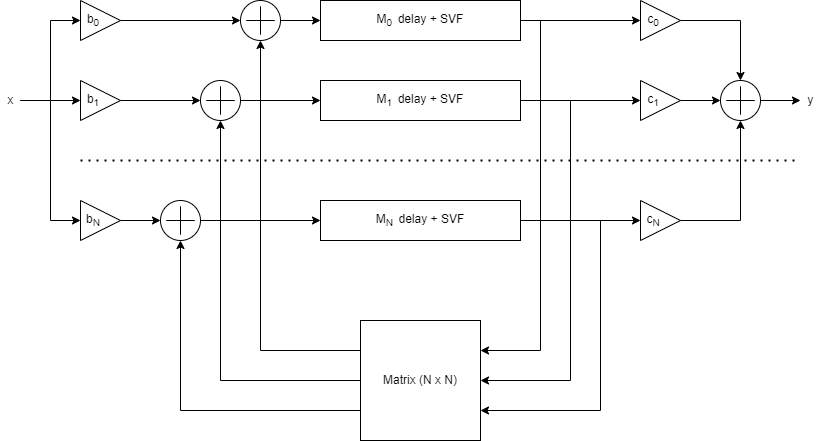
VoggLyster/Reverberator keeps this draw.io diagram as images/FDN.png. Above is the earlier version. Source tidied: cells renumbered, new cells last; positions are measured from the earlier drawing's top-left corner, leaving out a move shared by most shapes.
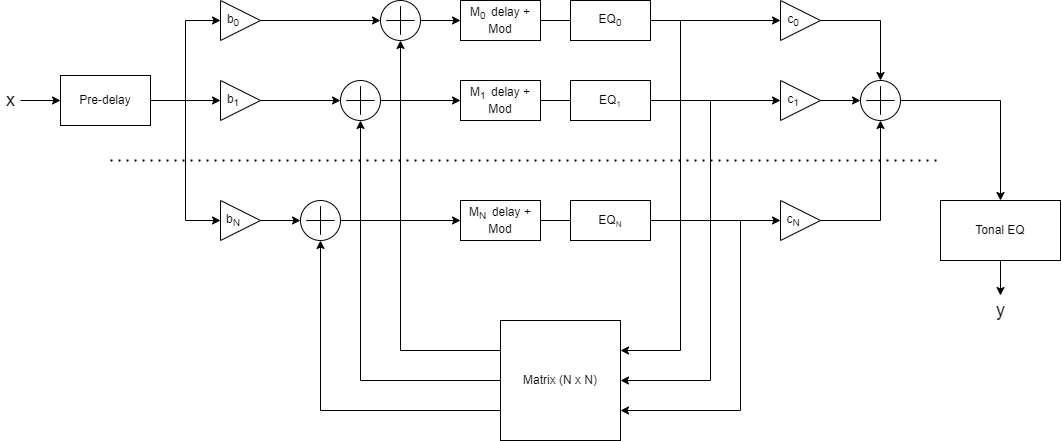
The same file after the commit.

Change to the diagram source:
```diff
@@ -2,119 +2,120 @@
   <root>
     <mxCell id="0" />
     <mxCell id="1" parent="0" />
-    <mxCell id="2" style="edgeStyle=orthogonalEdgeStyle;rounded=0;jettySize=auto;html=1;fontFamily=Helvetica;fontSize=12;fontColor=default;" parent="1" edge="1" source="3" target="11">
+    <mxCell id="2" style="edgeStyle=orthogonalEdgeStyle;rounded=0;jettySize=auto;html=1;fontFamily=Helvetica;fontSize=12;" parent="1" edge="1" source="3" target="11">
       <mxGeometry relative="1" as="geometry" />
     </mxCell>
-    <mxCell id="3" value="b&lt;sub&gt;1&amp;nbsp; &amp;nbsp; &amp;nbsp;&lt;/sub&gt;" style="triangle;whiteSpace=wrap;html=1;" parent="1" vertex="1">
+    <mxCell id="3" value="b&lt;sub&gt;1&amp;nbsp; &amp;nbsp; &amp;nbsp;&lt;/sub&gt;" style="triangle;whiteSpace=wrap;html=1;rounded=0;" parent="1" vertex="1">
       <mxGeometry x="80" y="80" width="40" height="40" as="geometry" />
     </mxCell>
-    <mxCell id="4" style="edgeStyle=orthogonalEdgeStyle;rounded=0;jettySize=auto;html=1;exitX=1;exitY=0.5;exitDx=0;exitDy=0;entryX=0;entryY=0.5;entryDx=0;entryDy=0;entryPerimeter=0;fontFamily=Helvetica;fontSize=12;fontColor=default;" parent="1" edge="1" source="5" target="9">
+    <mxCell id="4" style="edgeStyle=orthogonalEdgeStyle;rounded=0;jettySize=auto;html=1;exitX=1;exitY=0.5;exitDx=0;exitDy=0;entryX=0;entryY=0.5;entryDx=0;entryDy=0;entryPerimeter=0;fontFamily=Helvetica;fontSize=12;" parent="1" edge="1" source="5" target="9">
       <mxGeometry relative="1" as="geometry" />
     </mxCell>
-    <mxCell id="5" value="b&lt;sub&gt;0&amp;nbsp; &amp;nbsp; &amp;nbsp;&lt;/sub&gt;" style="triangle;whiteSpace=wrap;html=1;" parent="1" vertex="1">
+    <mxCell id="5" value="b&lt;sub&gt;0&amp;nbsp; &amp;nbsp; &amp;nbsp;&lt;/sub&gt;" style="triangle;whiteSpace=wrap;html=1;rounded=0;" parent="1" vertex="1">
       <mxGeometry x="80" width="40" height="40" as="geometry" />
     </mxCell>
-    <mxCell id="6" style="edgeStyle=orthogonalEdgeStyle;rounded=0;jettySize=auto;html=1;fontFamily=Helvetica;fontSize=12;fontColor=default;" parent="1" edge="1" source="7" target="13">
+    <mxCell id="6" style="edgeStyle=orthogonalEdgeStyle;rounded=0;jettySize=auto;html=1;fontFamily=Helvetica;fontSize=12;" parent="1" edge="1" source="7" target="13">
       <mxGeometry relative="1" as="geometry" />
     </mxCell>
-    <mxCell id="7" value="b&lt;sub&gt;N&amp;nbsp; &amp;nbsp; &amp;nbsp;&lt;/sub&gt;" style="triangle;whiteSpace=wrap;html=1;" parent="1" vertex="1">
+    <mxCell id="7" value="b&lt;sub&gt;N&amp;nbsp; &amp;nbsp; &amp;nbsp;&lt;/sub&gt;" style="triangle;whiteSpace=wrap;html=1;rounded=0;" parent="1" vertex="1">
       <mxGeometry x="80" y="200" width="40" height="40" as="geometry" />
     </mxCell>
-    <mxCell id="8" style="edgeStyle=orthogonalEdgeStyle;rounded=0;jettySize=auto;html=1;fontFamily=Helvetica;fontSize=12;fontColor=default;" parent="1" edge="1" source="9" target="15">
+    <mxCell id="8" style="edgeStyle=orthogonalEdgeStyle;rounded=0;jettySize=auto;html=1;fontFamily=Helvetica;fontSize=12;" parent="1" edge="1" source="9" target="15">
       <mxGeometry relative="1" as="geometry" />
     </mxCell>
-    <mxCell id="9" style="verticalLabelPosition=bottom;verticalAlign=top;html=1;shape=(stored shape, 428 characters);" parent="1" vertex="1">
+    <mxCell id="9" style="verticalLabelPosition=bottom;verticalAlign=top;html=1;shape=(stored shape, 428 characters);rounded=0;" parent="1" vertex="1">
       <mxGeometry x="240" width="40" height="40" as="geometry" />
     </mxCell>
-    <mxCell id="10" style="edgeStyle=orthogonalEdgeStyle;rounded=0;jettySize=auto;html=1;fontFamily=Helvetica;fontSize=12;fontColor=default;" parent="1" edge="1" source="11" target="17">
+    <mxCell id="10" style="edgeStyle=orthogonalEdgeStyle;rounded=0;jettySize=auto;html=1;fontFamily=Helvetica;fontSize=12;" parent="1" edge="1" source="11" target="17">
       <mxGeometry relative="1" as="geometry" />
     </mxCell>
-    <mxCell id="11" style="verticalLabelPosition=bottom;verticalAlign=top;html=1;shape=(stored shape, 428 characters);" parent="1" vertex="1">
+    <mxCell id="11" style="verticalLabelPosition=bottom;verticalAlign=top;html=1;shape=(stored shape, 428 characters);rounded=0;" parent="1" vertex="1">
       <mxGeometry x="200" y="80" width="40" height="40" as="geometry" />
     </mxCell>
-    <mxCell id="12" style="edgeStyle=orthogonalEdgeStyle;rounded=0;jettySize=auto;html=1;exitX=1;exitY=0.5;exitDx=0;exitDy=0;exitPerimeter=0;entryX=0;entryY=0.5;entryDx=0;entryDy=0;fontFamily=Helvetica;fontSize=12;fontColor=default;" parent="1" edge="1" source="13" target="19">
+    <mxCell id="12" style="edgeStyle=orthogonalEdgeStyle;rounded=0;jettySize=auto;html=1;exitX=1;exitY=0.5;exitDx=0;exitDy=0;exitPerimeter=0;entryX=0;entryY=0.5;entryDx=0;entryDy=0;fontFamily=Helvetica;fontSize=12;" parent="1" edge="1" source="13" target="19">
       <mxGeometry relative="1" as="geometry" />
     </mxCell>
-    <mxCell id="13" style="verticalLabelPosition=bottom;verticalAlign=top;html=1;shape=(stored shape, 428 characters);" parent="1" vertex="1">
+    <mxCell id="13" style="verticalLabelPosition=bottom;verticalAlign=top;html=1;shape=(stored shape, 428 characters);rounded=0;" parent="1" vertex="1">
       <mxGeometry x="160" y="200" width="40" height="40" as="geometry" />
     </mxCell>
-    <mxCell id="14" style="edgeStyle=orthogonalEdgeStyle;rounded=0;jettySize=auto;html=1;exitX=1;exitY=0.5;exitDx=0;exitDy=0;entryX=0;entryY=0.5;entryDx=0;entryDy=0;fontFamily=Helvetica;fontSize=12;fontColor=default;" parent="1" edge="1" source="15" target="30">
+    <mxCell id="14" style="edgeStyle=orthogonalEdgeStyle;rounded=0;jettySize=auto;html=1;exitX=1;exitY=0.5;exitDx=0;exitDy=0;entryX=0;entryY=0.5;entryDx=0;entryDy=0;fontFamily=Helvetica;fontSize=12;startArrow=none;" parent="1" edge="1" source="45" target="30">
       <mxGeometry relative="1" as="geometry" />
     </mxCell>
-    <mxCell id="15" value="M&lt;sub&gt;0&amp;nbsp;&amp;nbsp;&lt;/sub&gt;delay + SVF" style="rounded=0;whiteSpace=wrap;html=1;fontFamily=Helvetica;fontSize=12;fontColor=default;strokeColor=default;fillColor=default;" parent="1" vertex="1">
-      <mxGeometry x="320" width="200" height="40" as="geometry" />
+    <mxCell id="15" value="M&lt;sub&gt;0&amp;nbsp;&amp;nbsp;&lt;/sub&gt;delay + Mod" style="rounded=0;whiteSpace=wrap;html=1;fontFamily=Helvetica;fontSize=12;" parent="1" vertex="1">
+      <mxGeometry x="320" width="80" height="40" as="geometry" />
     </mxCell>
-    <mxCell id="16" style="edgeStyle=orthogonalEdgeStyle;rounded=0;jettySize=auto;html=1;exitX=1;exitY=0.5;exitDx=0;exitDy=0;entryX=0;entryY=0.5;entryDx=0;entryDy=0;fontFamily=Helvetica;fontSize=12;fontColor=default;" parent="1" edge="1" source="17" target="28">
+    <mxCell id="16" style="edgeStyle=orthogonalEdgeStyle;rounded=0;jettySize=auto;html=1;exitX=1;exitY=0.5;exitDx=0;exitDy=0;entryX=0;entryY=0.5;entryDx=0;entryDy=0;fontFamily=Helvetica;fontSize=12;startArrow=none;" parent="1" edge="1" source="47" target="28">
       <mxGeometry relative="1" as="geometry" />
     </mxCell>
-    <mxCell id="17" value="M&lt;sub&gt;1&amp;nbsp;&amp;nbsp;&lt;/sub&gt;delay + SVF" style="rounded=0;whiteSpace=wrap;html=1;fontFamily=Helvetica;fontSize=12;fontColor=default;strokeColor=default;fillColor=default;" parent="1" vertex="1">
-      <mxGeometry x="320" y="80" width="200" height="40" as="geometry" />
+    <mxCell id="17" value="M&lt;sub&gt;1&amp;nbsp;&amp;nbsp;&lt;/sub&gt;delay + Mod" style="rounded=0;whiteSpace=wrap;html=1;fontFamily=Helvetica;fontSize=12;" parent="1" vertex="1">
+      <mxGeometry x="320" y="80" width="80" height="40" as="geometry" />
     </mxCell>
-    <mxCell id="18" style="edgeStyle=orthogonalEdgeStyle;rounded=0;jettySize=auto;html=1;exitX=1;exitY=0.5;exitDx=0;exitDy=0;entryX=0;entryY=0.5;entryDx=0;entryDy=0;fontFamily=Helvetica;fontSize=12;fontColor=default;" parent="1" edge="1" source="19" target="32">
+    <mxCell id="18" style="edgeStyle=orthogonalEdgeStyle;rounded=0;jettySize=auto;html=1;exitX=1;exitY=0.5;exitDx=0;exitDy=0;entryX=0;entryY=0.5;entryDx=0;entryDy=0;fontFamily=Helvetica;fontSize=12;startArrow=none;" parent="1" edge="1" source="49" target="32">
       <mxGeometry relative="1" as="geometry" />
     </mxCell>
-    <mxCell id="19" value="M&lt;sub&gt;N&amp;nbsp;&amp;nbsp;&lt;/sub&gt;delay + SVF" style="rounded=0;whiteSpace=wrap;html=1;fontFamily=Helvetica;fontSize=12;fontColor=default;strokeColor=default;fillColor=default;" parent="1" vertex="1">
-      <mxGeometry x="320" y="200" width="200" height="40" as="geometry" />
+    <mxCell id="19" value="M&lt;sub&gt;N&amp;nbsp;&amp;nbsp;&lt;/sub&gt;delay + Mod" style="rounded=0;whiteSpace=wrap;html=1;fontFamily=Helvetica;fontSize=12;" parent="1" vertex="1">
+      <mxGeometry x="320" y="200" width="80" height="40" as="geometry" />
     </mxCell>
-    <mxCell id="20" style="endArrow=none;dashed=1;html=1;dashPattern=1 3;strokeWidth=2;rounded=0;fontFamily=Helvetica;fontSize=12;fontColor=default;" parent="1" edge="1">
+    <mxCell id="20" style="endArrow=none;dashed=1;html=1;dashPattern=1 3;strokeWidth=2;rounded=0;fontFamily=Helvetica;fontSize=12;" parent="1" edge="1">
       <mxGeometry relative="1" as="geometry">
-        <mxPoint x="80" y="160" as="sourcePoint" />
+        <mxPoint x="-30" y="160" as="sourcePoint" />
         <mxPoint x="800" y="160" as="targetPoint" />
       </mxGeometry>
     </mxCell>
-    <mxCell id="21" style="edgeStyle=orthogonalEdgeStyle;rounded=0;jettySize=auto;html=1;exitX=0;exitY=0.25;exitDx=0;exitDy=0;entryX=0.5;entryY=1;entryDx=0;entryDy=0;entryPerimeter=0;fontFamily=Helvetica;fontSize=12;fontColor=default;" parent="1" edge="1" source="24" target="9">
+    <mxCell id="21" style="edgeStyle=orthogonalEdgeStyle;rounded=0;jettySize=auto;html=1;exitX=0;exitY=0.25;exitDx=0;exitDy=0;entryX=0.5;entryY=1;entryDx=0;entryDy=0;entryPerimeter=0;fontFamily=Helvetica;fontSize=12;" parent="1" edge="1" source="24" target="9">
       <mxGeometry relative="1" as="geometry" />
     </mxCell>
-    <mxCell id="22" style="edgeStyle=orthogonalEdgeStyle;rounded=0;jettySize=auto;html=1;exitX=0;exitY=0.5;exitDx=0;exitDy=0;entryX=0.5;entryY=1;entryDx=0;entryDy=0;entryPerimeter=0;fontFamily=Helvetica;fontSize=12;fontColor=default;" parent="1" edge="1" source="24" target="11">
+    <mxCell id="22" style="edgeStyle=orthogonalEdgeStyle;rounded=0;jettySize=auto;html=1;exitX=0;exitY=0.5;exitDx=0;exitDy=0;entryX=0.5;entryY=1;entryDx=0;entryDy=0;entryPerimeter=0;fontFamily=Helvetica;fontSize=12;" parent="1" edge="1" source="24" target="11">
       <mxGeometry relative="1" as="geometry" />
     </mxCell>
-    <mxCell id="23" style="edgeStyle=orthogonalEdgeStyle;rounded=0;jettySize=auto;html=1;exitX=0;exitY=0.75;exitDx=0;exitDy=0;entryX=0.5;entryY=1;entryDx=0;entryDy=0;entryPerimeter=0;fontFamily=Helvetica;fontSize=12;fontColor=default;" parent="1" edge="1" source="24" target="13">
+    <mxCell id="23" style="edgeStyle=orthogonalEdgeStyle;rounded=0;jettySize=auto;html=1;exitX=0;exitY=0.75;exitDx=0;exitDy=0;entryX=0.5;entryY=1;entryDx=0;entryDy=0;entryPerimeter=0;fontFamily=Helvetica;fontSize=12;" parent="1" edge="1" source="24" target="13">
       <mxGeometry relative="1" as="geometry" />
     </mxCell>
-    <mxCell id="24" value="Matrix (N x N)" style="whiteSpace=wrap;html=1;fontFamily=Helvetica;fontSize=12;fontColor=default;strokeColor=default;fillColor=default;" parent="1" vertex="1">
+    <mxCell id="24" value="Matrix (N x N)" style="whiteSpace=wrap;html=1;fontFamily=Helvetica;fontSize=12;rounded=0;" parent="1" vertex="1">
       <mxGeometry x="360" y="320" width="120" height="120" as="geometry" />
     </mxCell>
-    <mxCell id="25" style="edgeStyle=orthogonalEdgeStyle;rounded=0;jettySize=auto;html=1;exitX=1;exitY=0.5;exitDx=0;exitDy=0;exitPerimeter=0;fontFamily=Helvetica;fontSize=12;fontColor=default;" parent="1" edge="1" source="26">
-      <mxGeometry relative="1" as="geometry">
-        <mxPoint x="800" y="100" as="targetPoint" />
-      </mxGeometry>
+    <mxCell id="25" style="edgeStyle=orthogonalEdgeStyle;rounded=0;jettySize=auto;html=1;exitX=1;exitY=0.5;exitDx=0;exitDy=0;exitPerimeter=0;fontFamily=Helvetica;fontSize=12;entryX=0.5;entryY=0;entryDx=0;entryDy=0;" parent="1" edge="1" source="26" target="42">
+      <mxGeometry relative="1" as="geometry" />
     </mxCell>
-    <mxCell id="26" style="verticalLabelPosition=bottom;verticalAlign=top;html=1;shape=(stored shape, 428 characters);" parent="1" vertex="1">
+    <mxCell id="26" style="verticalLabelPosition=bottom;verticalAlign=top;html=1;shape=(stored shape, 428 characters);rounded=0;" parent="1" vertex="1">
       <mxGeometry x="720" y="80" width="40" height="40" as="geometry" />
     </mxCell>
-    <mxCell id="27" style="edgeStyle=orthogonalEdgeStyle;rounded=0;jettySize=auto;html=1;fontFamily=Helvetica;fontSize=12;fontColor=default;" parent="1" edge="1" source="28" target="26">
+    <mxCell id="27" style="edgeStyle=orthogonalEdgeStyle;rounded=0;jettySize=auto;html=1;fontFamily=Helvetica;fontSize=12;" parent="1" edge="1" source="28" target="26">
       <mxGeometry relative="1" as="geometry" />
     </mxCell>
-    <mxCell id="28" value="c&lt;sub&gt;1&amp;nbsp; &amp;nbsp; &amp;nbsp;&lt;/sub&gt;" style="triangle;whiteSpace=wrap;html=1;" parent="1" vertex="1">
+    <mxCell id="28" value="c&lt;sub&gt;1&amp;nbsp; &amp;nbsp; &amp;nbsp;&lt;/sub&gt;" style="triangle;whiteSpace=wrap;html=1;rounded=0;" parent="1" vertex="1">
       <mxGeometry x="640" y="80" width="40" height="40" as="geometry" />
     </mxCell>
-    <mxCell id="29" style="edgeStyle=orthogonalEdgeStyle;rounded=0;jettySize=auto;html=1;exitX=1;exitY=0.5;exitDx=0;exitDy=0;entryX=0.5;entryY=0;entryDx=0;entryDy=0;entryPerimeter=0;fontFamily=Helvetica;fontSize=12;fontColor=default;" parent="1" edge="1" source="30" target="26">
+    <mxCell id="29" style="edgeStyle=orthogonalEdgeStyle;rounded=0;jettySize=auto;html=1;exitX=1;exitY=0.5;exitDx=0;exitDy=0;entryX=0.5;entryY=0;entryDx=0;entryDy=0;entryPerimeter=0;fontFamily=Helvetica;fontSize=12;" parent="1" edge="1" source="30" target="26">
       <mxGeometry relative="1" as="geometry" />
     </mxCell>
-    <mxCell id="30" value="c&lt;sub&gt;0&amp;nbsp; &amp;nbsp; &amp;nbsp;&lt;/sub&gt;" style="triangle;whiteSpace=wrap;html=1;" parent="1" vertex="1">
+    <mxCell id="30" value="c&lt;sub&gt;0&amp;nbsp; &amp;nbsp; &amp;nbsp;&lt;/sub&gt;" style="triangle;whiteSpace=wrap;html=1;rounded=0;" parent="1" vertex="1">
       <mxGeometry x="640" width="40" height="40" as="geometry" />
     </mxCell>
-    <mxCell id="31" style="edgeStyle=orthogonalEdgeStyle;rounded=0;jettySize=auto;html=1;exitX=1;exitY=0.5;exitDx=0;exitDy=0;entryX=0.5;entryY=1;entryDx=0;entryDy=0;entryPerimeter=0;fontFamily=Helvetica;fontSize=12;fontColor=default;" parent="1" edge="1" source="32" target="26">
+    <mxCell id="31" style="edgeStyle=orthogonalEdgeStyle;rounded=0;jettySize=auto;html=1;exitX=1;exitY=0.5;exitDx=0;exitDy=0;entryX=0.5;entryY=1;entryDx=0;entryDy=0;entryPerimeter=0;fontFamily=Helvetica;fontSize=12;" parent="1" edge="1" source="32" target="26">
       <mxGeometry relative="1" as="geometry" />
     </mxCell>
-    <mxCell id="32" value="c&lt;sub&gt;N&amp;nbsp; &amp;nbsp; &amp;nbsp;&lt;/sub&gt;" style="triangle;whiteSpace=wrap;html=1;" parent="1" vertex="1">
+    <mxCell id="32" value="c&lt;sub&gt;N&amp;nbsp; &amp;nbsp; &amp;nbsp;&lt;/sub&gt;" style="triangle;whiteSpace=wrap;html=1;rounded=0;" parent="1" vertex="1">
       <mxGeometry x="640" y="200" width="40" height="40" as="geometry" />
     </mxCell>
-    <mxCell id="33" value="y" style="text;html=1;align=center;verticalAlign=middle;points=[];strokeColor=none;fillColor=none;" parent="1" vertex="1">
-      <mxGeometry x="800" y="90" width="20" height="20" as="geometry" />
+    <mxCell id="33" value="y" style="text;html=1;align=center;verticalAlign=middle;points=[];strokeColor=none;fillColor=none;fontSize=18;rounded=0;" parent="1" vertex="1">
+      <mxGeometry x="850" y="295" width="20" height="30" as="geometry" />
     </mxCell>
-    <mxCell id="34" style="edgeStyle=orthogonalEdgeStyle;rounded=0;jettySize=auto;html=1;" parent="1" edge="1" source="37" target="3">
-      <mxGeometry relative="1" as="geometry" />
+    <mxCell id="34" style="edgeStyle=orthogonalEdgeStyle;rounded=0;jettySize=auto;html=1;" parent="1" edge="1" target="3">
+      <mxGeometry relative="1" as="geometry">
+        <mxPoint x="10" y="100" as="sourcePoint" />
+      </mxGeometry>
     </mxCell>
-    <mxCell id="35" style="edgeStyle=orthogonalEdgeStyle;rounded=0;jettySize=auto;html=1;entryX=0;entryY=0.5;entryDx=0;entryDy=0;" parent="1" edge="1" source="37" target="5">
-      <mxGeometry relative="1" as="geometry" />
+    <mxCell id="35" style="edgeStyle=orthogonalEdgeStyle;rounded=0;jettySize=auto;html=1;entryX=0;entryY=0.5;entryDx=0;entryDy=0;" parent="1" edge="1" target="5">
+      <mxGeometry relative="1" as="geometry">
+        <mxPoint x="10" y="100" as="sourcePoint" />
+      </mxGeometry>
     </mxCell>
-    <mxCell id="36" style="edgeStyle=orthogonalEdgeStyle;rounded=0;jettySize=auto;html=1;entryX=0;entryY=0.5;entryDx=0;entryDy=0;" parent="1" edge="1" source="37" target="7">
-      <mxGeometry relative="1" as="geometry" />
+    <mxCell id="36" style="edgeStyle=orthogonalEdgeStyle;rounded=0;jettySize=auto;html=1;entryX=0;entryY=0.5;entryDx=0;entryDy=0;" parent="1" edge="1" target="7">
+      <mxGeometry relative="1" as="geometry">
+        <mxPoint x="10" y="100" as="sourcePoint" />
+      </mxGeometry>
     </mxCell>
-    <mxCell id="37" value="x" style="text;html=1;align=center;verticalAlign=middle;points=[];strokeColor=none;fillColor=none;" parent="1" vertex="1">
-      <mxGeometry y="90" width="20" height="20" as="geometry" />
-    </mxCell>
     <mxCell id="38" style="endArrow=classic;html=1;rounded=0;entryX=1;entryY=0.25;entryDx=0;entryDy=0;" parent="1" edge="1" target="24">
       <mxGeometry relative="1" as="geometry">
         <mxPoint x="520" y="20" as="sourcePoint" />
@@ -140,5 +141,38 @@
         </Array>
       </mxGeometry>
     </mxCell>
+    <mxCell id="41" style="edgeStyle=orthogonalEdgeStyle;rounded=0;jettySize=auto;html=1;" parent="1" edge="1" source="42" target="33">
+      <mxGeometry relative="1" as="geometry" />
+    </mxCell>
+    <mxCell id="42" value="Tonal EQ" style="rounded=0;whiteSpace=wrap;html=1;" parent="1" vertex="1">
+      <mxGeometry x="800" y="200" width="120" height="60" as="geometry" />
+    </mxCell>
+    <mxCell id="43" value="Pre-delay" style="rounded=0;whiteSpace=wrap;html=1;" parent="1" vertex="1">
+      <mxGeometry x="-80" y="75" width="90" height="50" as="geometry" />
+    </mxCell>
+    <mxCell id="44" style="edgeStyle=orthogonalEdgeStyle;rounded=0;jettySize=auto;html=1;" parent="1" edge="1" source="37" target="43">
+      <mxGeometry relative="1" as="geometry" />
+    </mxCell>
+    <mxCell id="37" value="x" style="text;html=1;align=center;verticalAlign=middle;points=[];strokeColor=none;fillColor=none;fontSize=18;rounded=0;" parent="1" vertex="1">
+      <mxGeometry x="-140" y="85" width="20" height="30" as="geometry" />
+    </mxCell>
+    <mxCell id="45" value="EQ&lt;sub&gt;0&lt;/sub&gt;" style="rounded=0;whiteSpace=wrap;html=1;fontFamily=Helvetica;fontSize=12;" parent="1" vertex="1">
+      <mxGeometry x="430" width="80" height="40" as="geometry" />
+    </mxCell>
+    <mxCell id="46" style="edgeStyle=orthogonalEdgeStyle;rounded=0;jettySize=auto;html=1;exitX=1;exitY=0.5;exitDx=0;exitDy=0;entryX=0;entryY=0.5;entryDx=0;entryDy=0;fontFamily=Helvetica;fontSize=12;endArrow=none;" parent="1" edge="1" source="15" target="45">
+      <mxGeometry relative="1" as="geometry" />
+    </mxCell>
+    <mxCell id="47" value="EQ&lt;span style=&quot;font-size: 10px&quot;&gt;&lt;sub&gt;1&lt;/sub&gt;&lt;/span&gt;" style="rounded=0;whiteSpace=wrap;html=1;fontFamily=Helvetica;fontSize=12;" parent="1" vertex="1">
+      <mxGeometry x="430" y="80" width="80" height="40" as="geometry" />
+    </mxCell>
+    <mxCell id="48" style="edgeStyle=orthogonalEdgeStyle;rounded=0;jettySize=auto;html=1;exitX=1;exitY=0.5;exitDx=0;exitDy=0;entryX=0;entryY=0.5;entryDx=0;entryDy=0;fontFamily=Helvetica;fontSize=12;endArrow=none;" parent="1" edge="1" source="17" target="47">
+      <mxGeometry relative="1" as="geometry" />
+    </mxCell>
+    <mxCell id="49" value="EQ&lt;span style=&quot;font-size: 10px&quot;&gt;&lt;sub&gt;N&lt;/sub&gt;&lt;/span&gt;" style="rounded=0;whiteSpace=wrap;html=1;fontFamily=Helvetica;fontSize=12;" parent="1" vertex="1">
+      <mxGeometry x="430" y="200" width="80" height="40" as="geometry" />
+    </mxCell>
+    <mxCell id="50" style="edgeStyle=orthogonalEdgeStyle;rounded=0;jettySize=auto;html=1;exitX=1;exitY=0.5;exitDx=0;exitDy=0;entryX=0;entryY=0.5;entryDx=0;entryDy=0;fontFamily=Helvetica;fontSize=12;endArrow=none;" parent="1" edge="1" source="19" target="49">
+      <mxGeometry relative="1" as="geometry" />
+    </mxCell>
   </root>
 </mxGraphModel>
```
